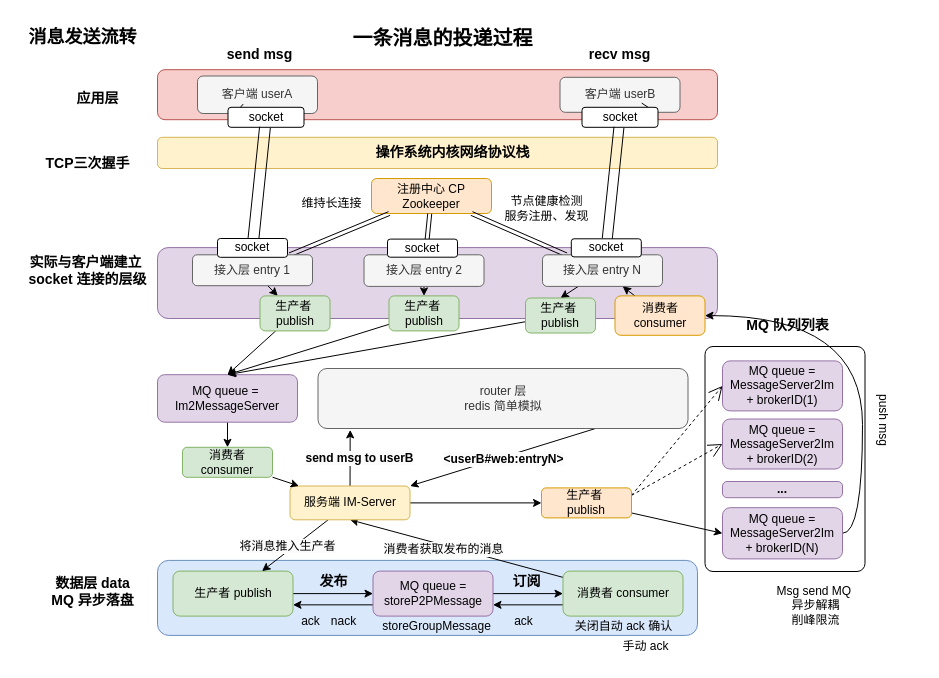
Above: page "消息投递过程分析" (9 of 12) of assert/design/im-system-design.drawio in BanTanger/im-whale-shark (draw.io), before the change. Source tidied: cells renumbered, new cells numbered last; positions are measured from the earlier drawing's top-left corner, leaving out a move shared by most shapes. Both pictures are drawn from the tidied source at 100%, with x=0, y=0 at pixel (17, 17).
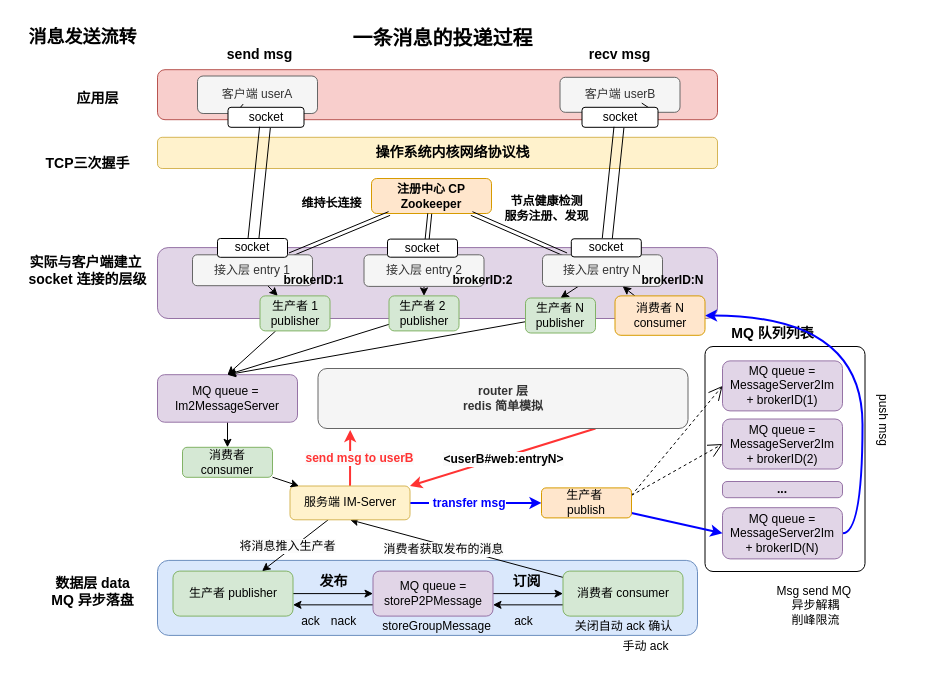
Above is the later version.

The change refers to these unchanged cells:
```xml
<mxCell id="41" value="服务端 IM-Server" style="rounded=1;whiteSpace=wrap;html=1;fillColor=#fff2cc;strokeColor=#d6b656;" parent="1" vertex="1">
  <mxGeometry x="272.5" y="468.5" width="120" height="33.8" as="geometry" />
</mxCell>
<mxCell id="44" value="MQ queue = &lt;br&gt;MessageServer2Im&lt;br&gt;+ brokerID(N)" style="rounded=1;whiteSpace=wrap;html=1;fillColor=#e1d5e7;strokeColor=#9673a6;" parent="1" vertex="1">
  <mxGeometry x="705" y="490.2" width="120" height="51.2" as="geometry" />
</mxCell>
<mxCell id="64" value="生产者&amp;nbsp;&lt;div&gt;publish&lt;/div&gt;" style="rounded=1;whiteSpace=wrap;html=1;fillColor=#ffe6cc;strokeColor=#d79b00;" parent="1" vertex="1">
  <mxGeometry x="524" y="470.4" width="90" height="30" as="geometry" />
</mxCell>
```

The edit, as a diff of the source:
```diff
@@
-    <mxCell id="9" value="生产者 publish" style="rounded=1;whiteSpace=wrap;html=1;fillColor=#d5e8d4;strokeColor=#82b366;" parent="1" vertex="1">
+    <mxCell id="9" value="生产者 publisher" style="rounded=1;whiteSpace=wrap;html=1;fillColor=#d5e8d4;strokeColor=#82b366;" parent="1" vertex="1">
       <mxGeometry x="155.5" y="553.6" width="120" height="45" as="geometry" />
     </mxCell>
@@
     <mxCell id="32" value="&lt;b&gt;&lt;font style=&quot;font-size: 14px;&quot;&gt;MQ 队列列表&lt;/font&gt;&lt;/b&gt;" style="text;html=1;align=center;verticalAlign=middle;strokeColor=none;fillColor=none;" parent="1" vertex="1">
-      <mxGeometry x="715" y="293.4" width="110" height="30" as="geometry" />
+      <mxGeometry x="700" y="301" width="110" height="30" as="geometry" />
     </mxCell>
@@
-    <mxCell id="35" value="注册中心 CP&lt;br&gt;Zookeeper" style="rounded=1;whiteSpace=wrap;html=1;fillColor=#ffe6cc;strokeColor=#d79b00;" parent="1" vertex="1">
+    <mxCell id="35" value="&lt;b&gt;注册中心 CP&lt;br&gt;Zookeeper&lt;/b&gt;" style="rounded=1;whiteSpace=wrap;html=1;fillColor=#ffe6cc;strokeColor=#d79b00;" parent="1" vertex="1">
       <mxGeometry x="354" y="161" width="120" height="35" as="geometry" />
     </mxCell>
@@
-    <mxCell id="38" style="rounded=0;jettySize=auto;html=1;" parent="1" edge="1" source="41" target="64">
+    <mxCell id="38" style="rounded=0;jettySize=auto;html=1;strokeColor=#0000FF;strokeWidth=2;" parent="1" edge="1" source="41" target="64">
       <mxGeometry relative="1" as="geometry" />
     </mxCell>
+    <mxCell id="89" value="&lt;b&gt;&lt;font color=&quot;#0000ff&quot; style=&quot;font-size: 12px;&quot;&gt;&amp;nbsp;transfer msg&lt;/font&gt;&lt;/b&gt;" style="edgeLabel;html=1;align=center;verticalAlign=middle;" parent="38" vertex="1">
+      <mxGeometry x="-0.37" y="1" relative="1" as="geometry">
+        <mxPoint x="16" y="1" as="offset" />
+      </mxGeometry>
+    </mxCell>
-    <mxCell id="39" style="rounded=0;jettySize=auto;html=1;entryX=0.087;entryY=1.024;entryDx=0;entryDy=0;entryPerimeter=0;" parent="1" edge="1" source="41" target="57">
+    <mxCell id="39" style="rounded=0;jettySize=auto;html=1;entryX=0.087;entryY=1.024;entryDx=0;entryDy=0;entryPerimeter=0;strokeWidth=2;strokeColor=#FF3333;" parent="1" edge="1" source="41" target="57">
       <mxGeometry relative="1" as="geometry" />
     </mxCell>
-    <mxCell id="40" value="&lt;b style=&quot;font-size: 12px; background-color: rgb(251, 251, 251);&quot;&gt;send msg to userB&lt;/b&gt;" style="edgeLabel;html=1;align=center;verticalAlign=middle;" parent="39" vertex="1">
+    <mxCell id="40" value="&lt;b style=&quot;font-size: 12px; background-color: rgb(251, 251, 251);&quot;&gt;&lt;font color=&quot;#ff3333&quot;&gt;send msg to userB&lt;/font&gt;&lt;/b&gt;" style="edgeLabel;html=1;align=center;verticalAlign=middle;" parent="39" vertex="1">
       <mxGeometry x="-0.03" y="2" relative="1" as="geometry">
         <mxPoint x="11" y="-1" as="offset" />
       </mxGeometry>
     </mxCell>
@@
-    <mxCell id="43" style="edgeStyle=orthogonalEdgeStyle;rounded=0;jettySize=auto;html=1;entryX=1;entryY=0.5;entryDx=0;entryDy=0;curved=1;exitX=1;exitY=0.5;exitDx=0;exitDy=0;" parent="1" edge="1" source="44" target="88">
+    <mxCell id="43" style="edgeStyle=orthogonalEdgeStyle;rounded=0;jettySize=auto;html=1;entryX=1;entryY=0.5;entryDx=0;entryDy=0;curved=1;exitX=1;exitY=0.5;exitDx=0;exitDy=0;strokeWidth=2;strokeColor=#0000FF;" parent="1" edge="1" source="44" target="88">
       <mxGeometry relative="1" as="geometry" />
     </mxCell>
@@
-    <mxCell id="50" value="维持长连接" style="text;html=1;align=center;verticalAlign=middle;strokeColor=none;fillColor=none;" parent="1" vertex="1">
+    <mxCell id="50" value="&lt;b&gt;维持长连接&lt;/b&gt;" style="text;html=1;align=center;verticalAlign=middle;strokeColor=none;fillColor=none;" parent="1" vertex="1">
       <mxGeometry x="274" y="171" width="80" height="30" as="geometry" />
     </mxCell>
@@
-    <mxCell id="54" value="节点健康检测&lt;div&gt;服务注册、发现&lt;/div&gt;" style="text;html=1;align=center;verticalAlign=middle;strokeColor=none;fillColor=none;" parent="1" vertex="1">
+    <mxCell id="54" value="&lt;b&gt;节点健康检测&lt;/b&gt;&lt;div&gt;&lt;b&gt;服务注册、发现&lt;/b&gt;&lt;/div&gt;" style="text;html=1;align=center;verticalAlign=middle;strokeColor=none;fillColor=none;" parent="1" vertex="1">
       <mxGeometry x="474" y="171" width="110" height="40" as="geometry" />
     </mxCell>
-    <mxCell id="55" style="rounded=0;jettySize=auto;html=1;entryX=1;entryY=0;entryDx=0;entryDy=0;exitX=0.75;exitY=1;exitDx=0;exitDy=0;" parent="1" edge="1" source="57" target="41">
+    <mxCell id="55" style="rounded=0;jettySize=auto;html=1;entryX=1;entryY=0;entryDx=0;entryDy=0;exitX=0.75;exitY=1;exitDx=0;exitDy=0;strokeColor=#FF3333;strokeWidth=2;" parent="1" edge="1" source="57" target="41">
       <mxGeometry relative="1" as="geometry" />
     </mxCell>
@@
-    <mxCell id="57" value="router 层&lt;div&gt;redis 简单模拟&lt;/div&gt;" style="rounded=1;whiteSpace=wrap;html=1;fillColor=#f5f5f5;fontColor=#333333;strokeColor=#666666;" parent="1" vertex="1">
+    <mxCell id="57" value="&lt;b&gt;router 层&lt;/b&gt;&lt;div&gt;&lt;b&gt;redis 简单模拟&lt;/b&gt;&lt;/div&gt;" style="rounded=1;whiteSpace=wrap;html=1;fillColor=#f5f5f5;fontColor=#333333;strokeColor=#666666;" parent="1" vertex="1">
       <mxGeometry x="300.5" y="351" width="370" height="60" as="geometry" />
     </mxCell>
@@
-    <mxCell id="61" style="rounded=0;jettySize=auto;html=1;entryX=0;entryY=0.5;entryDx=0;entryDy=0;" parent="1" edge="1" source="64" target="44">
+    <mxCell id="61" style="rounded=0;jettySize=auto;html=1;entryX=0;entryY=0.5;entryDx=0;entryDy=0;strokeWidth=2;strokeColor=#0000FF;" parent="1" edge="1" source="64" target="44">
       <mxGeometry relative="1" as="geometry" />
     </mxCell>
@@
-    <mxCell id="73" value="生产者&amp;nbsp;&lt;div&gt;publish&lt;/div&gt;" style="rounded=1;whiteSpace=wrap;html=1;fillColor=#d5e8d4;strokeColor=#82b366;" parent="1" vertex="1">
+    <mxCell id="73" value="生产者 N&lt;div&gt;publisher&lt;/div&gt;" style="rounded=1;whiteSpace=wrap;html=1;fillColor=#d5e8d4;strokeColor=#82b366;" parent="1" vertex="1">
       <mxGeometry x="508" y="280.5" width="70" height="35" as="geometry" />
     </mxCell>
@@
-    <mxCell id="79" value="生产者&amp;nbsp;&lt;div&gt;publish&lt;/div&gt;" style="rounded=1;whiteSpace=wrap;html=1;fillColor=#d5e8d4;strokeColor=#82b366;" parent="1" vertex="1">
+    <mxCell id="79" value="生产者 2&amp;nbsp;&lt;div&gt;publisher&lt;/div&gt;" style="rounded=1;whiteSpace=wrap;html=1;fillColor=#d5e8d4;strokeColor=#82b366;" parent="1" vertex="1">
       <mxGeometry x="371.5" y="278.4" width="70" height="35" as="geometry" />
     </mxCell>
@@
-    <mxCell id="86" value="生产者&amp;nbsp;&lt;div&gt;publish&lt;/div&gt;" style="rounded=1;whiteSpace=wrap;html=1;fillColor=#d5e8d4;strokeColor=#82b366;" parent="1" vertex="1">
+    <mxCell id="86" value="生产者 1&lt;div&gt;publisher&lt;/div&gt;" style="rounded=1;whiteSpace=wrap;html=1;fillColor=#d5e8d4;strokeColor=#82b366;" parent="1" vertex="1">
       <mxGeometry x="242.5" y="278.4" width="70" height="35" as="geometry" />
     </mxCell>
@@
-    <mxCell id="88" value="消费者&lt;br&gt;consumer" style="rounded=1;whiteSpace=wrap;html=1;fillColor=#ffe6cc;strokeColor=#d79b00;" parent="1" vertex="1">
+    <mxCell id="88" value="消费者 N&lt;br&gt;consumer" style="rounded=1;whiteSpace=wrap;html=1;fillColor=#ffe6cc;strokeColor=#d79b00;" parent="1" vertex="1">
       <mxGeometry x="597.5" y="278.4" width="90" height="39.4" as="geometry" />
     </mxCell>
+    <mxCell id="90" value="&lt;b&gt;brokerID:N&lt;/b&gt;" style="text;html=1;align=center;verticalAlign=middle;strokeColor=none;fillColor=none;" parent="1" vertex="1">
+      <mxGeometry x="610" y="248.3" width="90" height="30" as="geometry" />
+    </mxCell>
+    <mxCell id="91" value="&lt;b&gt;brokerID:2&lt;/b&gt;" style="text;html=1;align=center;verticalAlign=middle;strokeColor=none;fillColor=none;" parent="1" vertex="1">
+      <mxGeometry x="425" y="248.3" width="80" height="30" as="geometry" />
+    </mxCell>
+    <mxCell id="92" value="&lt;b&gt;brokerID:1&lt;/b&gt;" style="text;html=1;align=center;verticalAlign=middle;strokeColor=none;fillColor=none;" parent="1" vertex="1">
+      <mxGeometry x="255.5" y="248.3" width="80" height="30" as="geometry" />
+    </mxCell>
```
